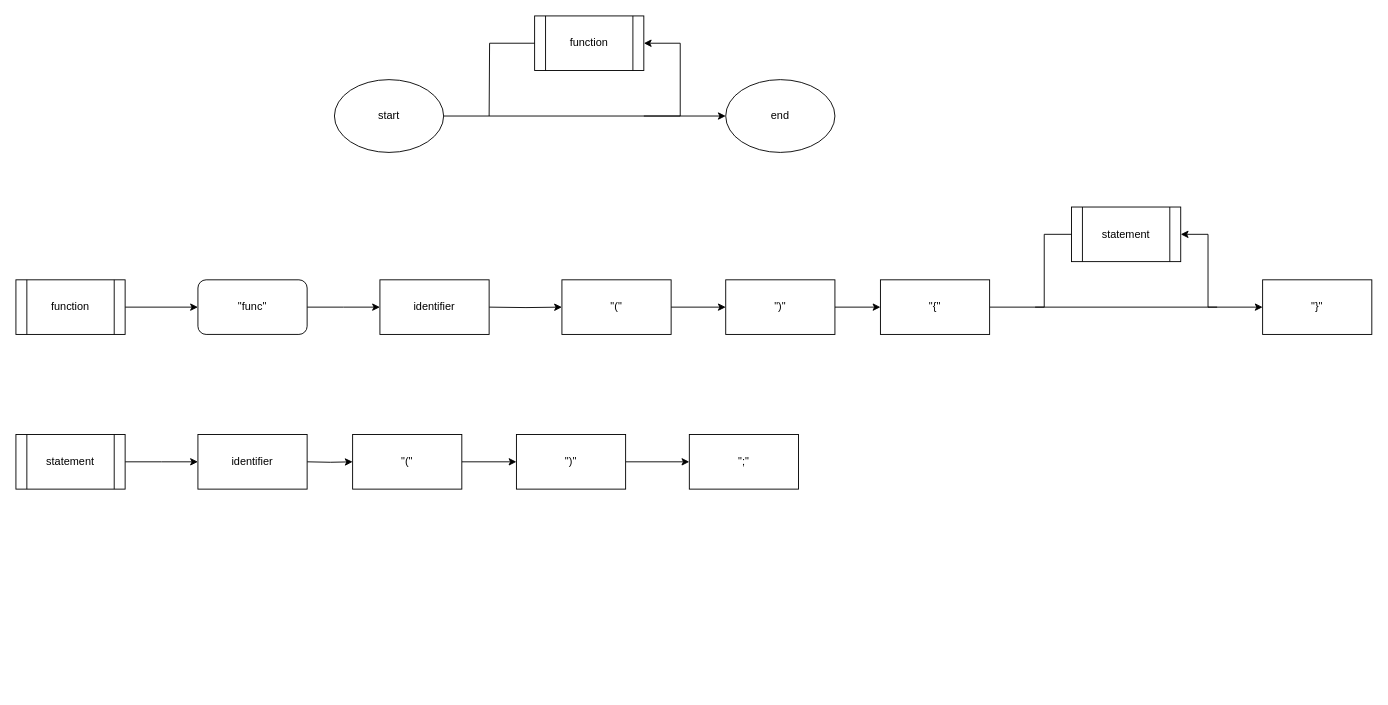
Earlier version of the draw.io diagram grammar.drawio (DavidC1999/C2). Source tidied: cells renumbered, new cells numbered last; positions are measured from the earlier drawing's top-left corner, leaving out a move shared by most shapes. Both pictures are drawn from the tidied source at 91%, with x=0, y=0 at pixel (15, 15).
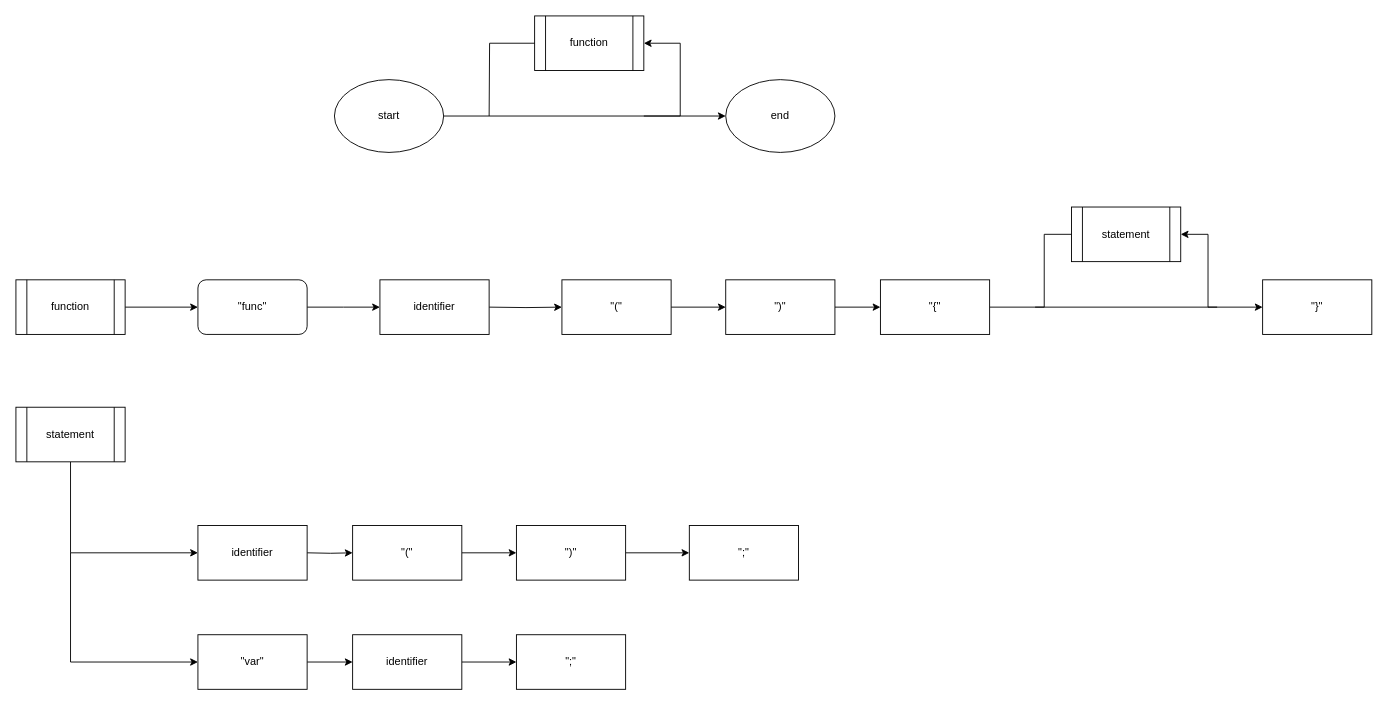
The same diagram, later.

Diff of the diagram source:
```diff
@@
-    <mxCell id="20" style="edgeStyle=orthogonalEdgeStyle;rounded=0;jettySize=auto;html=1;" parent="1" edge="1" source="21">
+    <mxCell id="20" style="edgeStyle=orthogonalEdgeStyle;rounded=0;jettySize=auto;html=1;" parent="1" edge="1" source="21" target="29">
       <mxGeometry relative="1" as="geometry">
-        <mxPoint x="200" y="490" as="targetPoint" />
+        <Array as="points">
+          <mxPoint x="60" y="590" />
+        </Array>
       </mxGeometry>
     </mxCell>
     <mxCell id="21" value="statement" style="shape=process;whiteSpace=wrap;html=1;backgroundOutline=1;" parent="1" vertex="1">
-      <mxGeometry y="460" width="120" height="60" as="geometry" />
+      <mxGeometry y="430" width="120" height="60" as="geometry" />
     </mxCell>
     <mxCell id="22" style="edgeStyle=orthogonalEdgeStyle;rounded=0;jettySize=auto;html=1;" parent="1" edge="1" target="24">
       <mxGeometry relative="1" as="geometry">
-        <mxPoint x="320" y="490" as="sourcePoint" />
+        <mxPoint x="320" y="590" as="sourcePoint" />
       </mxGeometry>
     </mxCell>
@@
     <mxCell id="24" value="&quot;(&quot;" style="rounded=0;whiteSpace=wrap;html=1;" parent="1" vertex="1">
-      <mxGeometry x="370" y="460" width="120" height="60" as="geometry" />
+      <mxGeometry x="370" y="560" width="120" height="60" as="geometry" />
     </mxCell>
@@
     <mxCell id="26" value="&quot;)&quot;" style="rounded=0;whiteSpace=wrap;html=1;" parent="1" vertex="1">
-      <mxGeometry x="550" y="460" width="120" height="60" as="geometry" />
+      <mxGeometry x="550" y="560" width="120" height="60" as="geometry" />
     </mxCell>
     <mxCell id="27" value="&quot;;&quot;" style="rounded=0;whiteSpace=wrap;html=1;" parent="1" vertex="1">
-      <mxGeometry x="740" y="460" width="120" height="60" as="geometry" />
+      <mxGeometry x="740" y="560" width="120" height="60" as="geometry" />
     </mxCell>
@@
     <mxCell id="29" value="identifier" style="rounded=0;whiteSpace=wrap;html=1;" parent="1" vertex="1">
-      <mxGeometry x="200" y="460" width="120" height="60" as="geometry" />
+      <mxGeometry x="200" y="560" width="120" height="60" as="geometry" />
     </mxCell>
@@
+    <mxCell id="33" style="edgeStyle=orthogonalEdgeStyle;rounded=0;jettySize=auto;html=1;" parent="1" edge="1" source="34" target="36">
+      <mxGeometry relative="1" as="geometry" />
+    </mxCell>
+    <mxCell id="34" value="&quot;var&quot;" style="rounded=0;whiteSpace=wrap;html=1;" parent="1" vertex="1">
+      <mxGeometry x="200" y="680" width="120" height="60" as="geometry" />
+    </mxCell>
+    <mxCell id="35" style="edgeStyle=orthogonalEdgeStyle;rounded=0;jettySize=auto;html=1;" parent="1" edge="1" source="36" target="37">
+      <mxGeometry relative="1" as="geometry" />
+    </mxCell>
+    <mxCell id="36" value="identifier" style="rounded=0;whiteSpace=wrap;html=1;" parent="1" vertex="1">
+      <mxGeometry x="370" y="680" width="120" height="60" as="geometry" />
+    </mxCell>
+    <mxCell id="37" value="&quot;;&quot;" style="rounded=0;whiteSpace=wrap;html=1;" parent="1" vertex="1">
+      <mxGeometry x="550" y="680" width="120" height="60" as="geometry" />
+    </mxCell>
+    <mxCell id="38" style="endArrow=classic;html=1;rounded=0;edgeStyle=orthogonalEdgeStyle;" parent="1" edge="1" target="34">
+      <mxGeometry relative="1" as="geometry">
+        <mxPoint x="60" y="590" as="sourcePoint" />
+        <Array as="points">
+          <mxPoint x="60" y="710" />
+        </Array>
+      </mxGeometry>
+    </mxCell>
```
